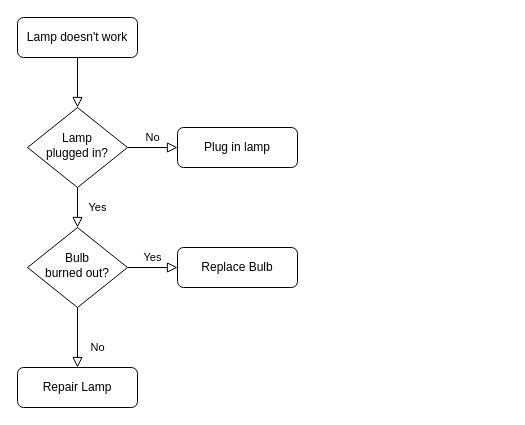
This is 未命名绘图.drawio from weichenxu1234/weichenxu1234.github.io, a draw.io file, before an edit. Source tidied: cells renumbered, new cells numbered last; positions are measured from the earlier drawing's top-left corner, leaving out a move shared by most shapes. Both pictures are drawn from the tidied source at 100%, with x=0, y=0 at pixel (17, 17).
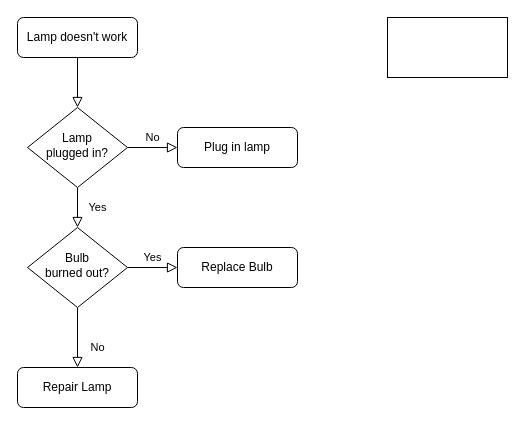
The same page after the edit.

Commit message:
更新未命名绘图.drawio

What changed in the source:
```diff
@@
 <mxGraphModel>
   <root>
     <mxCell id="0" />
     <mxCell id="1" parent="0" />
     <mxCell id="2" style="rounded=0;html=1;jettySize=auto;fontSize=11;endArrow=block;endFill=0;endSize=8;strokeWidth=1;shadow=0;labelBackgroundColor=none;edgeStyle=orthogonalEdgeStyle;" parent="1" edge="1" source="3" target="6">
       <mxGeometry relative="1" as="geometry" />
     </mxCell>
     <mxCell id="3" value="Lamp doesn't work" style="rounded=1;whiteSpace=wrap;html=1;fontSize=12;glass=0;strokeWidth=1;shadow=0;" parent="1" vertex="1">
       <mxGeometry width="120" height="40" as="geometry" />
     </mxCell>
     <mxCell id="4" value="Yes" style="rounded=0;html=1;jettySize=auto;fontSize=11;endArrow=block;endFill=0;endSize=8;strokeWidth=1;shadow=0;labelBackgroundColor=none;edgeStyle=orthogonalEdgeStyle;" parent="1" edge="1" source="6" target="10">
       <mxGeometry y="20" relative="1" as="geometry" />
     </mxCell>
     <mxCell id="5" value="No" style="edgeStyle=orthogonalEdgeStyle;rounded=0;html=1;jettySize=auto;fontSize=11;endArrow=block;endFill=0;endSize=8;strokeWidth=1;shadow=0;labelBackgroundColor=none;" parent="1" edge="1" source="6" target="7">
       <mxGeometry y="10" relative="1" as="geometry" />
     </mxCell>
     <mxCell id="6" value="Lamp&lt;br&gt;plugged in?" style="rhombus;whiteSpace=wrap;html=1;shadow=0;fontFamily=Helvetica;fontSize=12;align=center;strokeWidth=1;spacing=6;spacingTop=-4;" parent="1" vertex="1">
       <mxGeometry x="10" y="90" width="100" height="80" as="geometry" />
     </mxCell>
     <mxCell id="7" value="Plug in lamp" style="rounded=1;whiteSpace=wrap;html=1;fontSize=12;glass=0;strokeWidth=1;shadow=0;" parent="1" vertex="1">
       <mxGeometry x="160" y="110" width="120" height="40" as="geometry" />
     </mxCell>
     <mxCell id="8" value="No" style="rounded=0;html=1;jettySize=auto;fontSize=11;endArrow=block;endFill=0;endSize=8;strokeWidth=1;shadow=0;labelBackgroundColor=none;edgeStyle=orthogonalEdgeStyle;" parent="1" edge="1" source="10" target="11">
       <mxGeometry x="0.33" y="20" relative="1" as="geometry" />
     </mxCell>
     <mxCell id="9" value="Yes" style="edgeStyle=orthogonalEdgeStyle;rounded=0;html=1;jettySize=auto;fontSize=11;endArrow=block;endFill=0;endSize=8;strokeWidth=1;shadow=0;labelBackgroundColor=none;" parent="1" edge="1" source="10" target="12">
       <mxGeometry y="10" relative="1" as="geometry" />
     </mxCell>
     <mxCell id="10" value="Bulb&lt;br&gt;burned out?" style="rhombus;whiteSpace=wrap;html=1;shadow=0;fontFamily=Helvetica;fontSize=12;align=center;strokeWidth=1;spacing=6;spacingTop=-4;" parent="1" vertex="1">
       <mxGeometry x="10" y="210" width="100" height="80" as="geometry" />
     </mxCell>
     <mxCell id="11" value="Repair Lamp" style="rounded=1;whiteSpace=wrap;html=1;fontSize=12;glass=0;strokeWidth=1;shadow=0;" parent="1" vertex="1">
       <mxGeometry y="350" width="120" height="40" as="geometry" />
     </mxCell>
     <mxCell id="12" value="Replace Bulb" style="rounded=1;whiteSpace=wrap;html=1;fontSize=12;glass=0;strokeWidth=1;shadow=0;" parent="1" vertex="1">
       <mxGeometry x="160" y="230" width="120" height="40" as="geometry" />
     </mxCell>
+    <mxCell id="13" style="rounded=0;whiteSpace=wrap;html=1;" parent="1" vertex="1">
+      <mxGeometry x="370" width="120" height="60" as="geometry" />
+    </mxCell>
   </root>
 </mxGraphModel>
```
